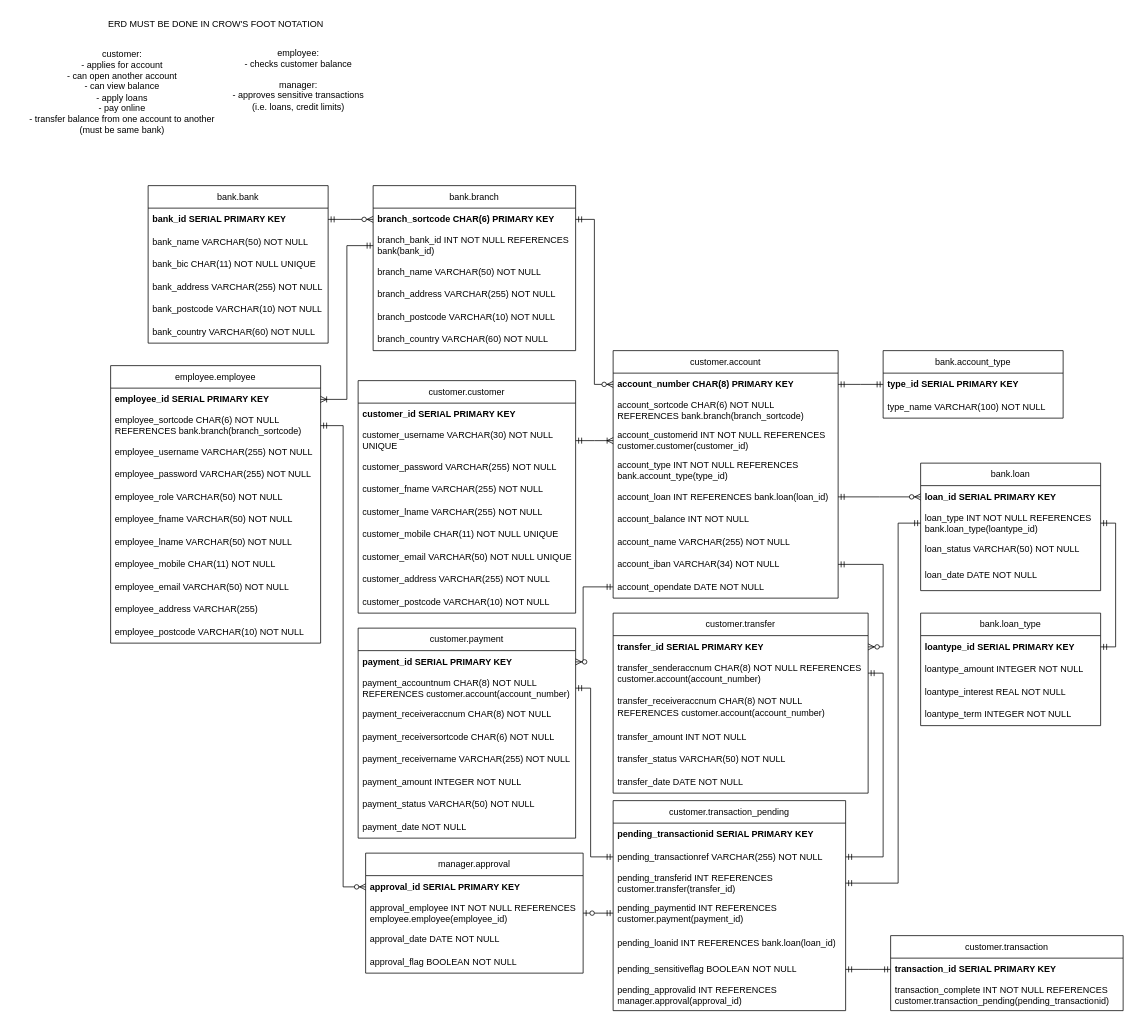
Above: im-erd.drawio in rzvn666/IM-CW1 (draw.io), before the change. Source tidied: cells renumbered, new cells numbered last; positions are measured from the earlier drawing's top-left corner, leaving out a move shared by most shapes. Both pictures are drawn from the tidied source at 75%, with x=0, y=0 at pixel (13, 13).
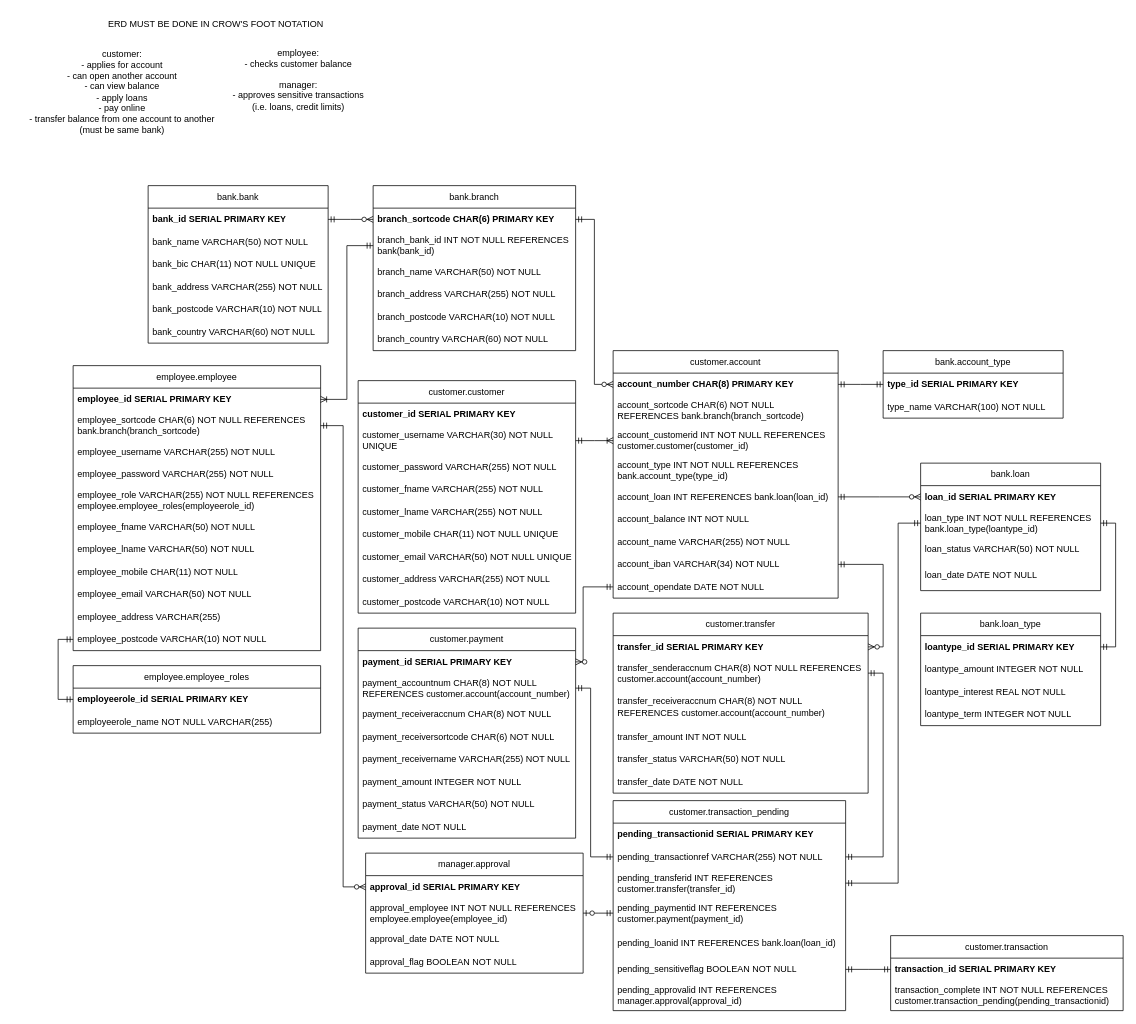
The same diagram, later.

Commit message (it also covers changes not shown here):
added check functions for most things, changed erd, added employee_roles table

Change to the diagram source:
```diff
@@
     <mxCell id="51" value="employee.employee" style="swimlane;fontStyle=0;horizontal=1;startSize=30;whiteSpace=wrap;html=1;" parent="1" vertex="1">
-      <mxGeometry x="130" y="470" width="280" height="370" as="geometry" />
+      <mxGeometry x="80" y="470" width="330" height="380" as="geometry" />
     </mxCell>
     <mxCell id="52" value="employee_id SERIAL PRIMARY KEY" style="text;strokeColor=none;fillColor=none;align=left;verticalAlign=middle;spacingLeft=4;spacingRight=4;overflow=hidden;points=[[0,0.5],[1,0.5]];portConstraint=eastwest;whiteSpace=wrap;html=1;fontStyle=1;" parent="51" vertex="1">
-      <mxGeometry y="30" width="280" height="30" as="geometry" />
+      <mxGeometry y="30" width="330" height="30" as="geometry" />
     </mxCell>
     <mxCell id="53" value="employee_sortcode CHAR(6) NOT NULL REFERENCES bank.branch(branch_sortcode)" style="text;strokeColor=none;fillColor=none;align=left;verticalAlign=middle;spacingLeft=4;spacingRight=4;overflow=hidden;points=[[0,0.5],[1,0.5]];portConstraint=eastwest;whiteSpace=wrap;html=1;" parent="51" vertex="1">
-      <mxGeometry y="60" width="280" height="40" as="geometry" />
+      <mxGeometry y="60" width="330" height="40" as="geometry" />
     </mxCell>
     <mxCell id="54" value="employee_username VARCHAR(255) NOT NULL" style="text;strokeColor=none;fillColor=none;align=left;verticalAlign=middle;spacingLeft=4;spacingRight=4;overflow=hidden;whiteSpace=wrap;html=1;" parent="51" vertex="1">
-      <mxGeometry y="100" width="280" height="30" as="geometry" />
+      <mxGeometry y="100" width="330" height="30" as="geometry" />
     </mxCell>
     <mxCell id="55" value="employee_password VARCHAR(255) NOT NULL" style="text;strokeColor=none;fillColor=none;align=left;verticalAlign=middle;spacingLeft=4;spacingRight=4;overflow=hidden;whiteSpace=wrap;html=1;" parent="51" vertex="1">
-      <mxGeometry y="130" width="280" height="30" as="geometry" />
+      <mxGeometry y="130" width="330" height="30" as="geometry" />
     </mxCell>
-    <mxCell id="56" value="employee_role VARCHAR(50) NOT NULL" style="text;strokeColor=none;fillColor=none;align=left;verticalAlign=middle;spacingLeft=4;spacingRight=4;overflow=hidden;whiteSpace=wrap;html=1;" parent="51" vertex="1">
-      <mxGeometry y="160" width="280" height="30" as="geometry" />
+    <mxCell id="56" value="employee_role VARCHAR(255) NOT NULL REFERENCES employee.employee_roles(employeerole_id)" style="text;strokeColor=none;fillColor=none;align=left;verticalAlign=middle;spacingLeft=4;spacingRight=4;overflow=hidden;whiteSpace=wrap;html=1;" parent="51" vertex="1">
+      <mxGeometry y="160" width="330" height="40" as="geometry" />
     </mxCell>
     <mxCell id="57" value="employee_fname VARCHAR(50) NOT NULL" style="text;strokeColor=none;fillColor=none;align=left;verticalAlign=middle;spacingLeft=4;spacingRight=4;overflow=hidden;whiteSpace=wrap;html=1;" parent="51" vertex="1">
-      <mxGeometry y="190" width="280" height="30" as="geometry" />
+      <mxGeometry y="200" width="330" height="30" as="geometry" />
     </mxCell>
     <mxCell id="58" value="employee_lname VARCHAR(50) NOT NULL" style="text;strokeColor=none;fillColor=none;align=left;verticalAlign=middle;spacingLeft=4;spacingRight=4;overflow=hidden;whiteSpace=wrap;html=1;" parent="51" vertex="1">
-      <mxGeometry y="220" width="280" height="30" as="geometry" />
+      <mxGeometry y="230" width="330" height="30" as="geometry" />
     </mxCell>
     <mxCell id="59" value="employee_mobile CHAR(11) NOT NULL" style="text;strokeColor=none;fillColor=none;align=left;verticalAlign=middle;spacingLeft=4;spacingRight=4;overflow=hidden;whiteSpace=wrap;html=1;" parent="51" vertex="1">
-      <mxGeometry y="250" width="280" height="30" as="geometry" />
+      <mxGeometry y="260" width="330" height="30" as="geometry" />
     </mxCell>
     <mxCell id="60" value="employee_email VARCHAR(50) NOT NULL" style="text;strokeColor=none;fillColor=none;align=left;verticalAlign=middle;spacingLeft=4;spacingRight=4;overflow=hidden;whiteSpace=wrap;html=1;" parent="51" vertex="1">
-      <mxGeometry y="280" width="280" height="30" as="geometry" />
+      <mxGeometry y="290" width="330" height="30" as="geometry" />
     </mxCell>
     <mxCell id="61" value="employee_address VARCHAR(255)" style="text;strokeColor=none;fillColor=none;align=left;verticalAlign=middle;spacingLeft=4;spacingRight=4;overflow=hidden;whiteSpace=wrap;html=1;" parent="51" vertex="1">
-      <mxGeometry y="310" width="280" height="30" as="geometry" />
+      <mxGeometry y="320" width="330" height="30" as="geometry" />
     </mxCell>
     <mxCell id="62" value="employee_postcode VARCHAR(10) NOT NULL" style="text;strokeColor=none;fillColor=none;align=left;verticalAlign=middle;spacingLeft=4;spacingRight=4;overflow=hidden;points=[[0,0.5],[1,0.5]];portConstraint=eastwest;whiteSpace=wrap;html=1;" parent="51" vertex="1">
-      <mxGeometry y="340" width="280" height="30" as="geometry" />
+      <mxGeometry y="350" width="330" height="30" as="geometry" />
     </mxCell>
@@
+    <mxCell id="113" value="employee.employee_roles" style="swimlane;fontStyle=0;horizontal=1;startSize=30;whiteSpace=wrap;html=1;" parent="1" vertex="1">
+      <mxGeometry x="80" y="870" width="330" height="90" as="geometry" />
+    </mxCell>
+    <mxCell id="114" value="employeerole_id SERIAL PRIMARY KEY" style="text;strokeColor=none;fillColor=none;align=left;verticalAlign=middle;spacingLeft=4;spacingRight=4;overflow=hidden;points=[[0,0.5],[1,0.5]];portConstraint=eastwest;whiteSpace=wrap;html=1;fontStyle=1;" parent="113" vertex="1">
+      <mxGeometry y="30" width="330" height="30" as="geometry" />
+    </mxCell>
+    <mxCell id="115" value="employeerole_name NOT NULL VARCHAR(255)" style="text;strokeColor=none;fillColor=none;align=left;verticalAlign=middle;spacingLeft=4;spacingRight=4;overflow=hidden;whiteSpace=wrap;html=1;" parent="113" vertex="1">
+      <mxGeometry y="60" width="330" height="30" as="geometry" />
+    </mxCell>
+    <mxCell id="116" style="edgeStyle=elbowEdgeStyle;fontSize=12;html=1;endArrow=ERmandOne;startArrow=ERmandOne;rounded=0;entryX=0;entryY=0.5;entryDx=0;entryDy=0;exitX=0;exitY=0.5;exitDx=0;exitDy=0;" parent="1" edge="1" source="114" target="62">
+      <mxGeometry relative="1" as="geometry">
+        <Array as="points">
+          <mxPoint x="60" y="870" />
+        </Array>
+      </mxGeometry>
+    </mxCell>
```
